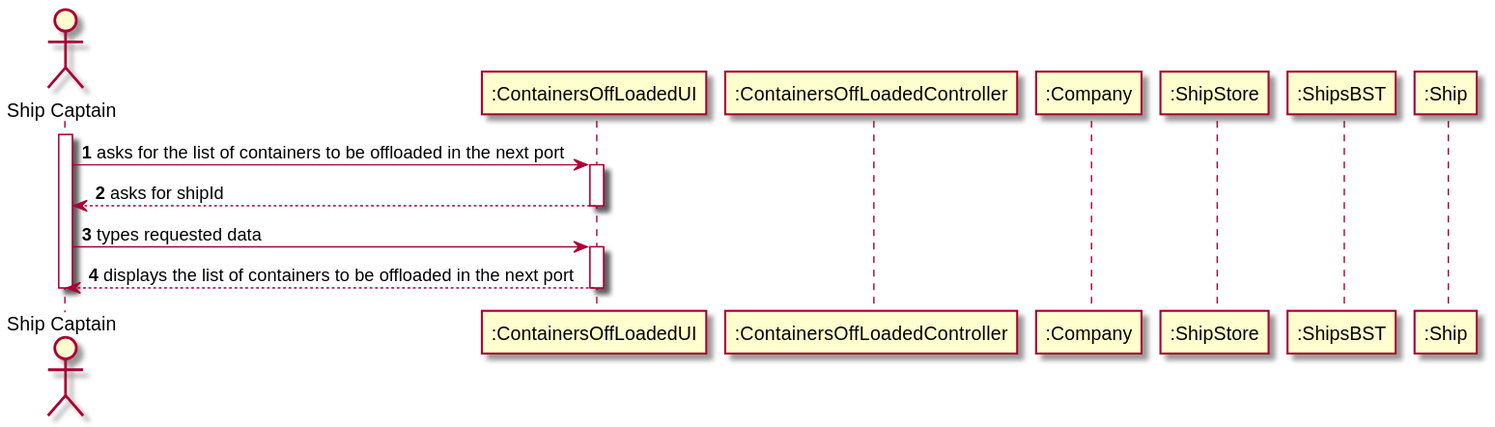
This is docs/US205/US205_SD.svg from ana-albergaria/LAPR3-ISEP, a PlantUML export, as it was before one commit.
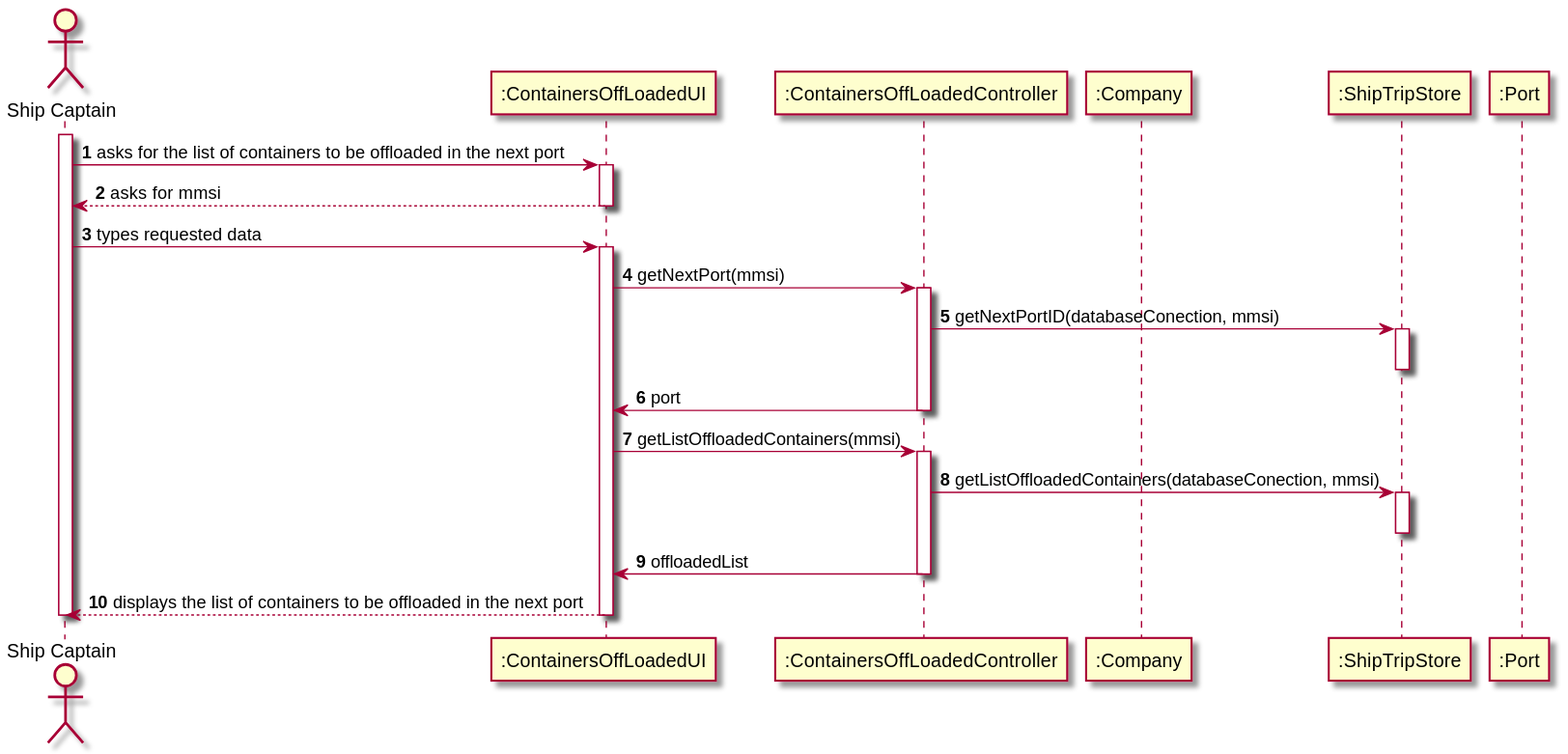
After the change.

Commit message:
G54-136 #time 30m #comment done SD #close

Diff of the diagram source:
```diff
@@ -4,17 +4,30 @@
 participant ":ContainersOffLoadedUI" as UI
 participant ":ContainersOffLoadedController" as CTRL
 participant ":Company" as CMP
-participant ":ShipStore" as STORE
-participant ":ShipsBST" as SBST
-participant ":Ship" as SHIP
+participant ":ShipTripStore" as SBST
+participant ":Port" as PORT
 
 activate SC
 SC -> UI :asks for the list of containers to be offloaded in the next port
 activate UI
-UI --> SC : asks for shipId
+UI --> SC : asks for mmsi
 deactivate UI
 SC -> UI : types requested data
 activate UI
+UI -> CTRL : getNextPort(mmsi)
+activate CTRL
+CTRL -> SBST : getNextPortID(databaseConection, mmsi)
+activate SBST
+deactivate SBST
+CTRL -> UI : port
+deactivate CTRL
+UI -> CTRL : getListOffloadedContainers(mmsi)
+activate CTRL
+CTRL -> SBST : getListOffloadedContainers(databaseConection, mmsi)
+activate SBST
+deactivate SBST
+CTRL -> UI : offloadedList
+deactivate CTRL
 UI --> SC : displays the list of containers to be offloaded in the next port
 deactivate UI
 deactivate SC
```
